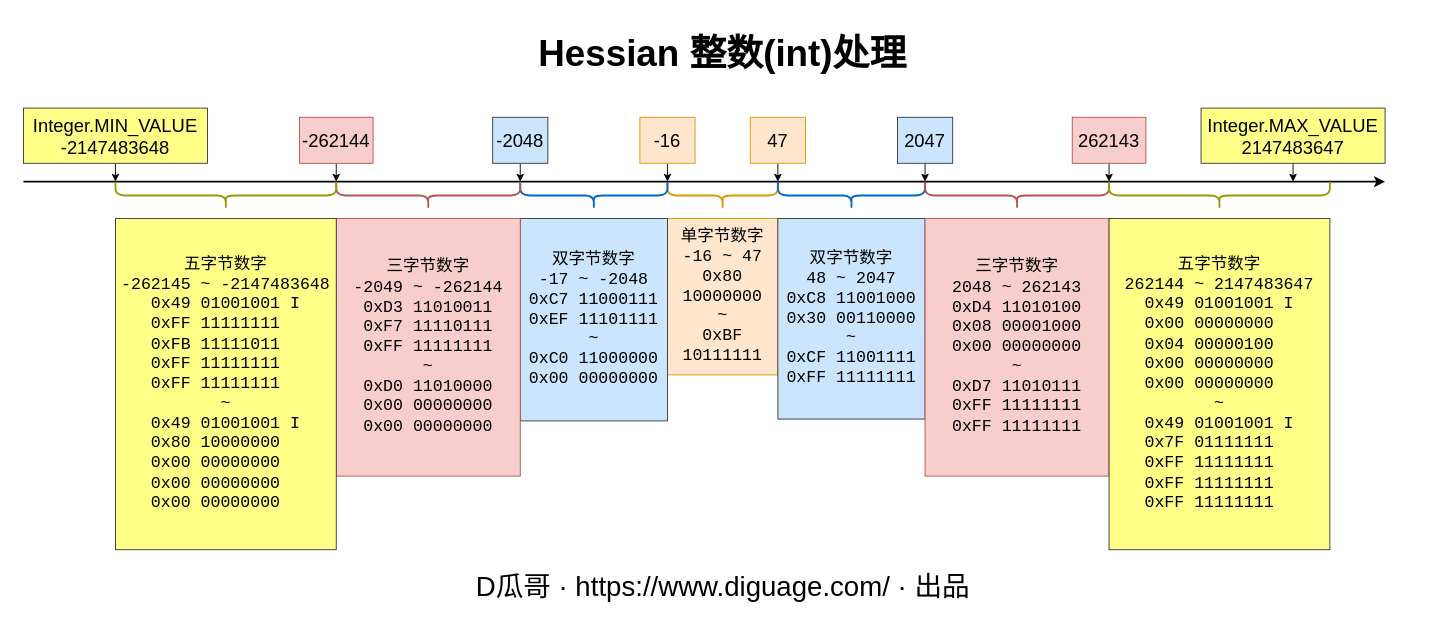
diguage/www.diguage.com keeps this draw.io diagram as page "int" (1 of 2) of static/diagrams/hessian.drawio. Above is the earlier version. Source tidied: cells renumbered, new cells numbered last; positions are measured from the earlier drawing's top-left corner, leaving out a move shared by most shapes. Both pictures are drawn from the tidied source at 92%, with x=0, y=0 at pixel (23, 16).
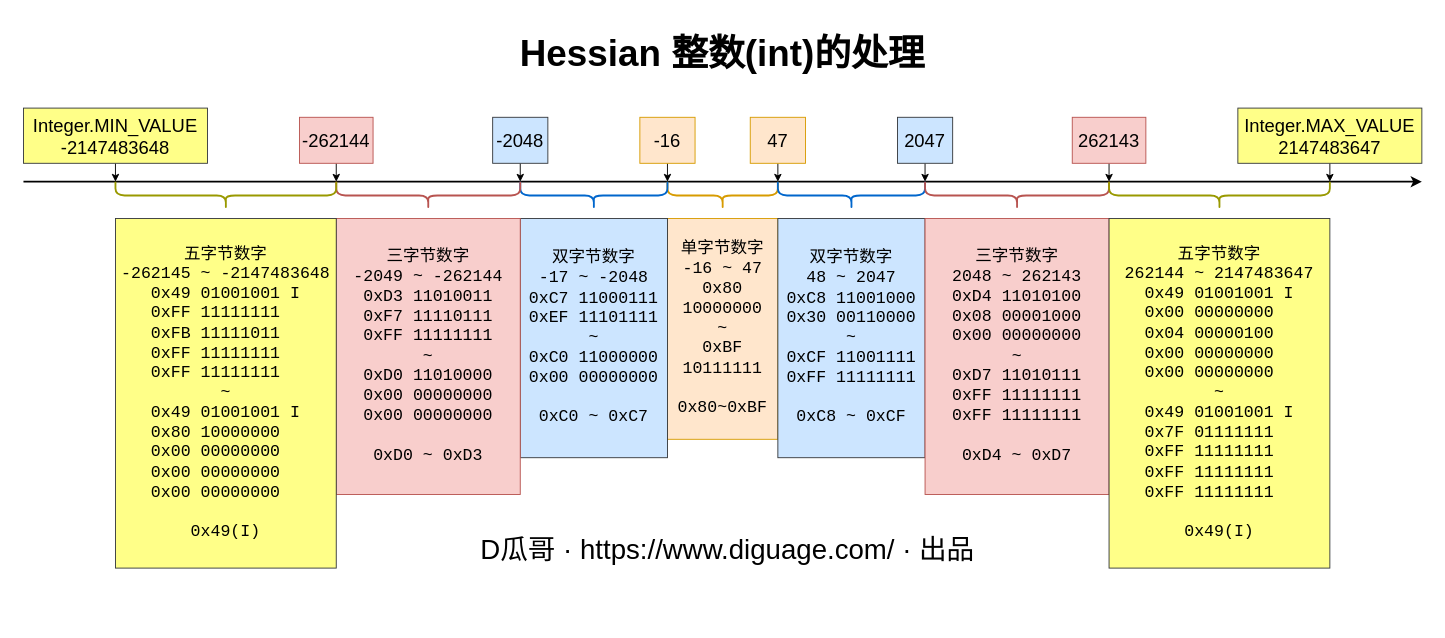
After the change.

Commit message (it also covers changes not shown here):
修正文档错误，完成“Hessian 协议解释与实战（二）”第一节全部和第二节部分内容 #22

The edit, as a diff of the source:
```diff
@@
     <mxCell id="2" style="endArrow=classic;html=1;rounded=0;strokeWidth=2;" parent="1" edge="1">
       <mxGeometry relative="1" as="geometry">
         <mxPoint y="180" as="sourcePoint" />
-        <mxPoint x="1480" y="180" as="targetPoint" />
+        <mxPoint x="1520" y="180" as="targetPoint" />
       </mxGeometry>
     </mxCell>
@@
-    <mxCell id="20" value="单字节数字&lt;br style=&quot;font-size: 18px&quot;&gt;-16 ~ 47&lt;br style=&quot;font-size: 18px&quot;&gt;0x80 10000000&lt;br style=&quot;font-size: 18px&quot;&gt;~&lt;br style=&quot;font-size: 18px&quot;&gt;0xBF 10111111" style="text;html=1;strokeColor=#d79b00;fillColor=#ffe6cc;align=center;verticalAlign=middle;whiteSpace=wrap;rounded=0;fontSize=18;fontFamily=Courier New;" parent="1" vertex="1">
-      <mxGeometry x="700" y="220" width="120" height="170" as="geometry" />
+    <mxCell id="20" value="单字节数字&lt;br style=&quot;font-size: 18px&quot;&gt;-16 ~ 47&lt;br style=&quot;font-size: 18px&quot;&gt;0x80 10000000&lt;br style=&quot;font-size: 18px&quot;&gt;~&lt;br style=&quot;font-size: 18px&quot;&gt;0xBF 10111111&lt;br&gt;&lt;br&gt;0x80~0xBF" style="text;html=1;strokeColor=#d79b00;fillColor=#ffe6cc;align=center;verticalAlign=middle;whiteSpace=wrap;rounded=0;fontSize=18;fontFamily=Courier New;" parent="1" vertex="1">
+      <mxGeometry x="700" y="220" width="120" height="240" as="geometry" />
     </mxCell>
-    <mxCell id="21" value="双字节数字&lt;br style=&quot;font-size: 18px&quot;&gt;48 ~ 2047&lt;br style=&quot;font-size: 18px&quot;&gt;0xC8 11001000&lt;br&gt;0x30 00110000&lt;br style=&quot;font-size: 18px&quot;&gt;~&lt;br style=&quot;font-size: 18px&quot;&gt;0xCF 11001111&lt;br&gt;0xFF 11111111" style="text;html=1;strokeColor=#36393d;fillColor=#cce5ff;align=center;verticalAlign=middle;whiteSpace=wrap;rounded=0;fontSize=18;fontFamily=Courier New;" parent="1" vertex="1">
-      <mxGeometry x="820" y="220" width="160" height="218" as="geometry" />
+    <mxCell id="21" value="双字节数字&lt;br style=&quot;font-size: 18px&quot;&gt;48 ~ 2047&lt;br style=&quot;font-size: 18px&quot;&gt;0xC8 11001000&lt;br&gt;0x30 00110000&lt;br style=&quot;font-size: 18px&quot;&gt;~&lt;br style=&quot;font-size: 18px&quot;&gt;0xCF 11001111&lt;br&gt;0xFF 11111111&lt;br&gt;&lt;br&gt;0xC8 ~ 0xCF" style="text;html=1;strokeColor=#36393d;fillColor=#cce5ff;align=center;verticalAlign=middle;whiteSpace=wrap;rounded=0;fontSize=18;fontFamily=Courier New;" parent="1" vertex="1">
+      <mxGeometry x="820" y="220" width="160" height="260" as="geometry" />
     </mxCell>
-    <mxCell id="22" value="双字节数字&lt;br style=&quot;font-size: 18px&quot;&gt;-17 ~ -2048&lt;br style=&quot;font-size: 18px&quot;&gt;0xC7 11000111&lt;br&gt;0xEF 11101111&lt;br style=&quot;font-size: 18px&quot;&gt;~&lt;br style=&quot;font-size: 18px&quot;&gt;0xC0 11000000&lt;br&gt;0x00 00000000" style="text;html=1;strokeColor=#36393d;fillColor=#cce5ff;align=center;verticalAlign=middle;whiteSpace=wrap;rounded=0;fontSize=18;fontFamily=Courier New;" parent="1" vertex="1">
-      <mxGeometry x="540" y="220" width="160" height="220" as="geometry" />
+    <mxCell id="22" value="双字节数字&lt;br style=&quot;font-size: 18px&quot;&gt;-17 ~ -2048&lt;br style=&quot;font-size: 18px&quot;&gt;0xC7 11000111&lt;br&gt;0xEF 11101111&lt;br style=&quot;font-size: 18px&quot;&gt;~&lt;br style=&quot;font-size: 18px&quot;&gt;0xC0 11000000&lt;br&gt;0x00 00000000&lt;br&gt;&lt;br&gt;0xC0 ~ 0xC7" style="text;html=1;strokeColor=#36393d;fillColor=#cce5ff;align=center;verticalAlign=middle;whiteSpace=wrap;rounded=0;fontSize=18;fontFamily=Courier New;" parent="1" vertex="1">
+      <mxGeometry x="540" y="220" width="160" height="260" as="geometry" />
     </mxCell>
-    <mxCell id="23" value="三字节数字&lt;br style=&quot;font-size: 18px&quot;&gt;2048 ~ 262143&lt;br style=&quot;font-size: 18px&quot;&gt;0xD4 11010100&lt;br&gt;0x08 00001000&lt;br&gt;0x00 00000000&lt;br style=&quot;font-size: 18px&quot;&gt;~&lt;br style=&quot;font-size: 18px&quot;&gt;0xD7 11010111&lt;br&gt;0xFF 11111111&lt;br&gt;0xFF 11111111" style="text;html=1;strokeColor=#b85450;fillColor=#f8cecc;align=center;verticalAlign=middle;whiteSpace=wrap;rounded=0;fontSize=18;fontFamily=Courier New;" parent="1" vertex="1">
-      <mxGeometry x="980" y="220" width="200" height="280" as="geometry" />
+    <mxCell id="23" value="三字节数字&lt;br style=&quot;font-size: 18px&quot;&gt;2048 ~ 262143&lt;br style=&quot;font-size: 18px&quot;&gt;0xD4 11010100&lt;br&gt;0x08 00001000&lt;br&gt;0x00 00000000&lt;br style=&quot;font-size: 18px&quot;&gt;~&lt;br style=&quot;font-size: 18px&quot;&gt;0xD7 11010111&lt;br&gt;0xFF 11111111&lt;br&gt;0xFF 11111111&lt;br&gt;&lt;br&gt;0xD4 ~ 0xD7" style="text;html=1;strokeColor=#b85450;fillColor=#f8cecc;align=center;verticalAlign=middle;whiteSpace=wrap;rounded=0;fontSize=18;fontFamily=Courier New;" parent="1" vertex="1">
+      <mxGeometry x="980" y="220" width="200" height="300" as="geometry" />
     </mxCell>
-    <mxCell id="24" value="三字节数字&lt;br style=&quot;font-size: 18px&quot;&gt;-2049 ~ -262144&lt;br style=&quot;font-size: 18px&quot;&gt;0xD3 11010011&lt;br&gt;0xF7 11110111&lt;br&gt;0xFF 11111111&lt;br style=&quot;font-size: 18px&quot;&gt;~&lt;br&gt;0xD0 11010000&lt;br&gt;0x00 00000000&lt;br&gt;0x00 00000000" style="text;html=1;strokeColor=#b85450;fillColor=#f8cecc;align=center;verticalAlign=middle;whiteSpace=wrap;rounded=0;fontSize=18;fontFamily=Courier New;" parent="1" vertex="1">
-      <mxGeometry x="340" y="220" width="200" height="280" as="geometry" />
+    <mxCell id="24" value="三字节数字&lt;br style=&quot;font-size: 18px&quot;&gt;-2049 ~ -262144&lt;br style=&quot;font-size: 18px&quot;&gt;0xD3 11010011&lt;br&gt;0xF7 11110111&lt;br&gt;0xFF 11111111&lt;br style=&quot;font-size: 18px&quot;&gt;~&lt;br&gt;0xD0 11010000&lt;br&gt;0x00 00000000&lt;br&gt;0x00 00000000&lt;br&gt;&lt;br&gt;0xD0 ~ 0xD3" style="text;html=1;strokeColor=#b85450;fillColor=#f8cecc;align=center;verticalAlign=middle;whiteSpace=wrap;rounded=0;fontSize=18;fontFamily=Courier New;" parent="1" vertex="1">
+      <mxGeometry x="340" y="220" width="200" height="300" as="geometry" />
     </mxCell>
@@
     <mxCell id="26" style="edgeStyle=orthogonalEdgeStyle;rounded=0;jettySize=auto;html=1;strokeWidth=1;" parent="1" edge="1" source="27">
       <mxGeometry relative="1" as="geometry">
-        <mxPoint x="1380" y="180" as="targetPoint" />
+        <mxPoint x="1420" y="180" as="targetPoint" />
       </mxGeometry>
     </mxCell>
     <mxCell id="27" value="Integer.MAX_VALUE&lt;br&gt;2147483647" style="text;html=1;strokeColor=#36393d;fillColor=#ffff88;align=center;verticalAlign=middle;whiteSpace=wrap;rounded=0;fontSize=20;" parent="1" vertex="1">
-      <mxGeometry x="1280" y="100" width="200" height="60" as="geometry" />
+      <mxGeometry x="1320" y="100" width="200" height="60" as="geometry" />
     </mxCell>
@@
-    <mxCell id="29" value="五字节数字&lt;br style=&quot;font-size: 18px&quot;&gt;-262145 ~ -2147483648&lt;br style=&quot;font-size: 18px&quot;&gt;0x49 01001001 I&lt;br&gt;0xFF 11111111&amp;nbsp;&amp;nbsp;&lt;br&gt;0xFB 11111011&amp;nbsp;&amp;nbsp;&lt;br&gt;0xFF 11111111&amp;nbsp;&amp;nbsp;&lt;br&gt;0xFF 11111111&amp;nbsp;&amp;nbsp;&lt;br style=&quot;font-size: 18px&quot;&gt;~&lt;br&gt;0x49 01001001 I&lt;br&gt;0x80 10000000&amp;nbsp;&amp;nbsp;&lt;br&gt;0x00 00000000&amp;nbsp;&amp;nbsp;&lt;br&gt;0x00 00000000&amp;nbsp;&amp;nbsp;&lt;br&gt;0x00 00000000&amp;nbsp;&amp;nbsp;" style="text;html=1;strokeColor=#36393d;fillColor=#ffff88;align=center;verticalAlign=middle;whiteSpace=wrap;rounded=0;fontSize=18;fontFamily=Courier New;" parent="1" vertex="1">
-      <mxGeometry x="100" y="220" width="240" height="360" as="geometry" />
+    <mxCell id="29" value="五字节数字&lt;br style=&quot;font-size: 18px&quot;&gt;-262145 ~ -2147483648&lt;br style=&quot;font-size: 18px&quot;&gt;0x49 01001001 I&lt;br&gt;0xFF 11111111&amp;nbsp;&amp;nbsp;&lt;br&gt;0xFB 11111011&amp;nbsp;&amp;nbsp;&lt;br&gt;0xFF 11111111&amp;nbsp;&amp;nbsp;&lt;br&gt;0xFF 11111111&amp;nbsp;&amp;nbsp;&lt;br style=&quot;font-size: 18px&quot;&gt;~&lt;br&gt;0x49 01001001 I&lt;br&gt;0x80 10000000&amp;nbsp;&amp;nbsp;&lt;br&gt;0x00 00000000&amp;nbsp;&amp;nbsp;&lt;br&gt;0x00 00000000&amp;nbsp;&amp;nbsp;&lt;br&gt;0x00 00000000&amp;nbsp;&amp;nbsp;&lt;br&gt;&lt;br&gt;0x49(I)" style="text;html=1;strokeColor=#36393d;fillColor=#ffff88;align=center;verticalAlign=middle;whiteSpace=wrap;rounded=0;fontSize=18;fontFamily=Courier New;" parent="1" vertex="1">
+      <mxGeometry x="100" y="220" width="240" height="380" as="geometry" />
     </mxCell>
@@
-    <mxCell id="32" value="五字节数字&lt;br style=&quot;font-size: 18px&quot;&gt;262144 ~ 2147483647&lt;br style=&quot;font-size: 18px&quot;&gt;0x49 01001001 I&lt;br&gt;0x00 00000000&amp;nbsp;&amp;nbsp;&lt;br&gt;0x04 00000100&amp;nbsp;&amp;nbsp;&lt;br&gt;0x00 00000000&amp;nbsp;&amp;nbsp;&lt;br&gt;0x00 00000000&amp;nbsp;&amp;nbsp;&lt;br style=&quot;font-size: 18px&quot;&gt;~&lt;br&gt;0x49 01001001 I&lt;br&gt;0x7F 01111111&amp;nbsp;&amp;nbsp;&lt;br&gt;0xFF 11111111&amp;nbsp;&amp;nbsp;&lt;br&gt;0xFF 11111111&amp;nbsp;&amp;nbsp;&lt;br&gt;0xFF 11111111&amp;nbsp;&amp;nbsp;" style="text;html=1;strokeColor=#36393d;fillColor=#ffff88;align=center;verticalAlign=middle;whiteSpace=wrap;rounded=0;fontSize=18;fontFamily=Courier New;" parent="1" vertex="1">
-      <mxGeometry x="1180" y="220" width="240" height="360" as="geometry" />
+    <mxCell id="32" value="五字节数字&lt;br style=&quot;font-size: 18px&quot;&gt;262144 ~ 2147483647&lt;br style=&quot;font-size: 18px&quot;&gt;0x49 01001001 I&lt;br&gt;0x00 00000000&amp;nbsp;&amp;nbsp;&lt;br&gt;0x04 00000100&amp;nbsp;&amp;nbsp;&lt;br&gt;0x00 00000000&amp;nbsp;&amp;nbsp;&lt;br&gt;0x00 00000000&amp;nbsp;&amp;nbsp;&lt;br style=&quot;font-size: 18px&quot;&gt;~&lt;br&gt;0x49 01001001 I&lt;br&gt;0x7F 01111111&amp;nbsp;&amp;nbsp;&lt;br&gt;0xFF 11111111&amp;nbsp;&amp;nbsp;&lt;br&gt;0xFF 11111111&amp;nbsp;&amp;nbsp;&lt;br&gt;0xFF 11111111&amp;nbsp;&amp;nbsp;&lt;br&gt;&lt;br&gt;0x49(I)" style="text;html=1;strokeColor=#36393d;fillColor=#ffff88;align=center;verticalAlign=middle;whiteSpace=wrap;rounded=0;fontSize=18;fontFamily=Courier New;" parent="1" vertex="1">
+      <mxGeometry x="1180" y="220" width="240" height="380" as="geometry" />
     </mxCell>
-    <mxCell id="33" value="Hessian 整数(int)处理" style="text;html=1;strokeColor=none;fillColor=none;align=center;verticalAlign=middle;whiteSpace=wrap;rounded=0;fontFamily=JetBrains Mono;fontSize=40;fontStyle=1;" parent="1" vertex="1">
-      <mxGeometry x="510" width="500" height="80" as="geometry" />
+    <mxCell id="33" value="Hessian 整数(int)的处理" style="text;html=1;strokeColor=none;fillColor=none;align=center;verticalAlign=middle;whiteSpace=wrap;rounded=0;fontFamily=JetBrains Mono;fontSize=40;fontStyle=1;" parent="1" vertex="1">
+      <mxGeometry x="500" width="520" height="80" as="geometry" />
     </mxCell>
     <mxCell id="34" value="D瓜哥 · https://www.diguage.com/ · 出品" style="text;html=1;strokeColor=none;fillColor=none;align=center;verticalAlign=middle;whiteSpace=wrap;rounded=0;fontFamily=JetBrains Mono;fontSize=30;" parent="1" vertex="1">
-      <mxGeometry x="413.5" y="580" width="693" height="80" as="geometry" />
+      <mxGeometry x="419" y="560" width="693" height="40" as="geometry" />
     </mxCell>
```
